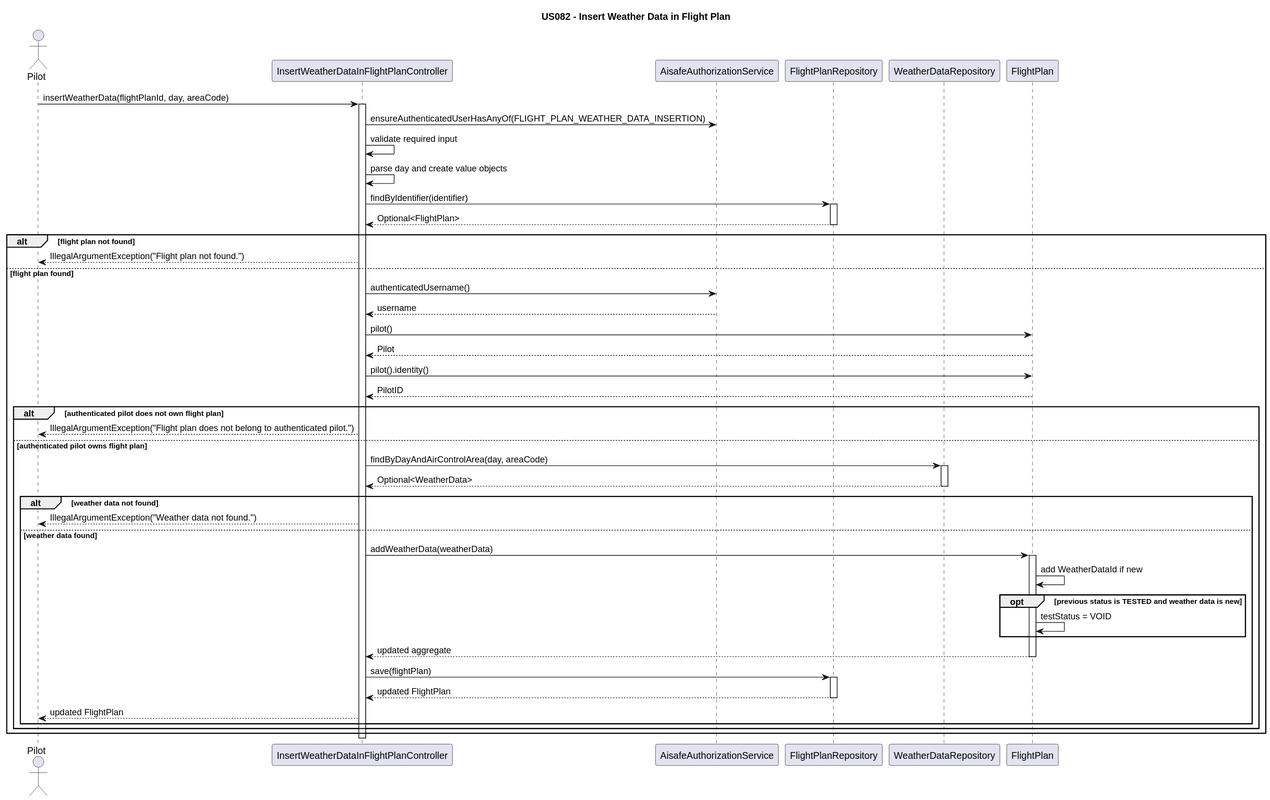
This is docs/us_82/diagrams/sequence-diagram-82.svg from GustavoFerreira24/flight-management-platform, a PlantUML export, as it was before one commit. Its diagram source:
```plantuml
@startuml
title US082 - Insert Weather Data in Flight Plan

actor Pilot
participant "InsertWeatherDataInFlightPlanController" as Controller
participant "AisafeAuthorizationService" as Authz
participant "FlightPlanRepository" as FlightPlanRepo
participant "WeatherDataRepository" as WeatherRepo
participant "FlightPlan" as FlightPlan

Pilot -> Controller : insertWeatherData(flightPlanId, day, areaCode)
activate Controller

Controller -> Authz : ensureAuthenticatedUserHasAnyOf(FLIGHT_PLAN_WEATHER_DATA_INSERTION)
Controller -> Controller : validate required input
Controller -> Controller : parse day and create value objects

Controller -> FlightPlanRepo : findByIdentifier(identifier)
activate FlightPlanRepo
FlightPlanRepo --> Controller : Optional<FlightPlan>
deactivate FlightPlanRepo

alt flight plan not found
    Controller --> Pilot : IllegalArgumentException("Flight plan not found.")
else flight plan found
    Controller -> Authz : authenticatedUsername()
    Authz --> Controller : username
    Controller -> FlightPlan : pilot()
    FlightPlan --> Controller : Pilot
    Controller -> FlightPlan : pilot().identity()
    FlightPlan --> Controller : PilotID

    alt authenticated pilot does not own flight plan
        Controller --> Pilot : IllegalArgumentException("Flight plan does not belong to authenticated pilot.")
    else authenticated pilot owns flight plan
        Controller -> WeatherRepo : findByDayAndAirControlArea(day, areaCode)
        activate WeatherRepo
        WeatherRepo --> Controller : Optional<WeatherData>
        deactivate WeatherRepo

        alt weather data not found
            Controller --> Pilot : IllegalArgumentException("Weather data not found.")
        else weather data found
            Controller -> FlightPlan : addWeatherData(weatherData)
            activate FlightPlan
            FlightPlan -> FlightPlan : add WeatherDataId if new
            opt previous status is TESTED and weather data is new
                FlightPlan -> FlightPlan : testStatus = VOID
            end
            FlightPlan --> Controller : updated aggregate
            deactivate FlightPlan

            Controller -> FlightPlanRepo : save(flightPlan)
            activate FlightPlanRepo
            FlightPlanRepo --> Controller : updated FlightPlan
            deactivate FlightPlanRepo
            Controller --> Pilot : updated FlightPlan
        end
    end
end

deactivate Controller
@enduml
```
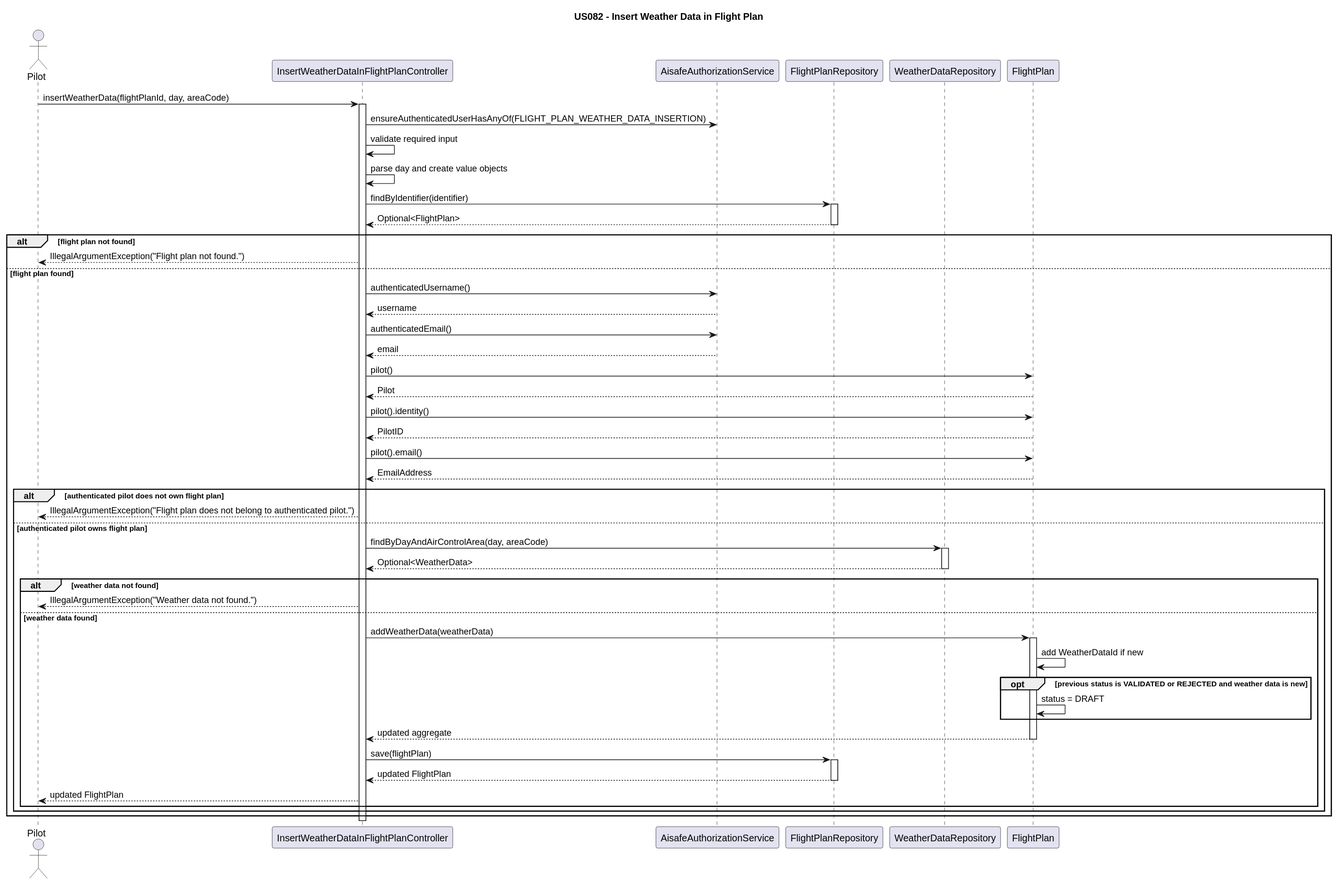
After the change.

The edit, as a diff of the source:
```diff
@@ -25,10 +25,14 @@
 else flight plan found
     Controller -> Authz : authenticatedUsername()
     Authz --> Controller : username
+    Controller -> Authz : authenticatedEmail()
+    Authz --> Controller : email
     Controller -> FlightPlan : pilot()
     FlightPlan --> Controller : Pilot
     Controller -> FlightPlan : pilot().identity()
     FlightPlan --> Controller : PilotID
+    Controller -> FlightPlan : pilot().email()
+    FlightPlan --> Controller : EmailAddress
 
     alt authenticated pilot does not own flight plan
         Controller --> Pilot : IllegalArgumentException("Flight plan does not belong to authenticated pilot.")
@@ -44,8 +48,8 @@
             Controller -> FlightPlan : addWeatherData(weatherData)
             activate FlightPlan
             FlightPlan -> FlightPlan : add WeatherDataId if new
-            opt previous status is TESTED and weather data is new
-                FlightPlan -> FlightPlan : testStatus = VOID
+            opt previous status is VALIDATED or REJECTED and weather data is new
+                FlightPlan -> FlightPlan : status = DRAFT
             end
             FlightPlan --> Controller : updated aggregate
             deactivate FlightPlan
```
